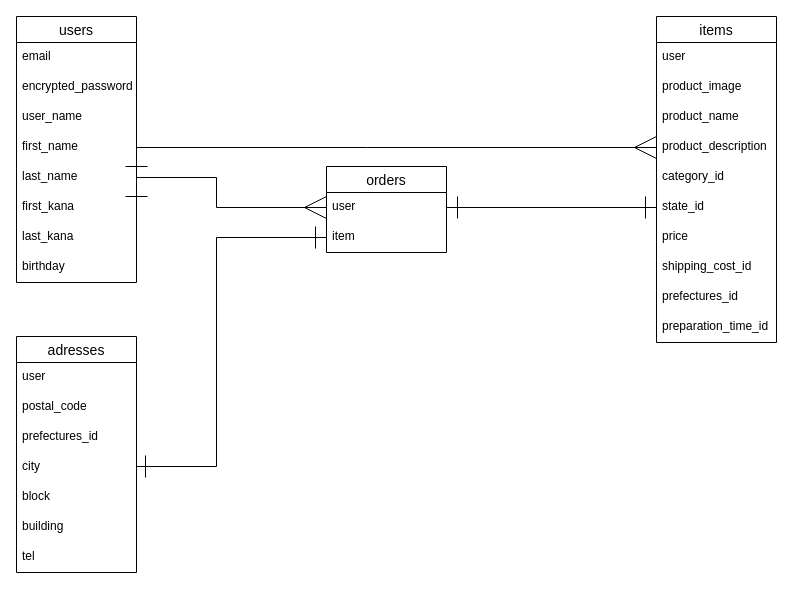
Above: DB.dio in OishiShota/furima-33917 (draw.io), before the change. Source tidied: cells renumbered, new cells numbered last; positions are measured from the earlier drawing's top-left corner, leaving out a move shared by most shapes. Both pictures are drawn from the tidied source at 100%, with x=0, y=0 at pixel (16, 16).
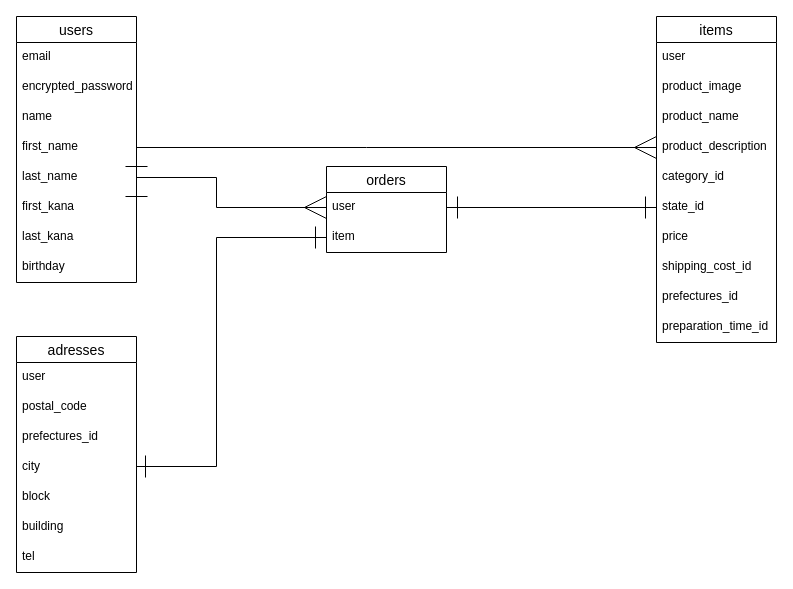
The same diagram, later.

Commit message (it also covers changes not shown here):
DB設計の再々々修正

Unchanged cells that the change refers to:
```xml
<mxCell id="2" value="users" style="swimlane;fontStyle=0;horizontal=1;startSize=26;align=center;fontSize=14;" parent="1" vertex="1">
  <mxGeometry width="120" height="266" as="geometry" />
</mxCell>
```

What changed in the source:
```diff
@@
-    <mxCell id="5" value="user_name" style="text;strokeColor=none;fillColor=none;spacingLeft=4;spacingRight=4;overflow=hidden;fontSize=12;" parent="2" vertex="1">
+    <mxCell id="5" value="name" style="text;strokeColor=none;fillColor=none;spacingLeft=4;spacingRight=4;overflow=hidden;fontSize=12;" parent="2" vertex="1">
       <mxGeometry y="86" width="120" height="30" as="geometry" />
     </mxCell>
```
